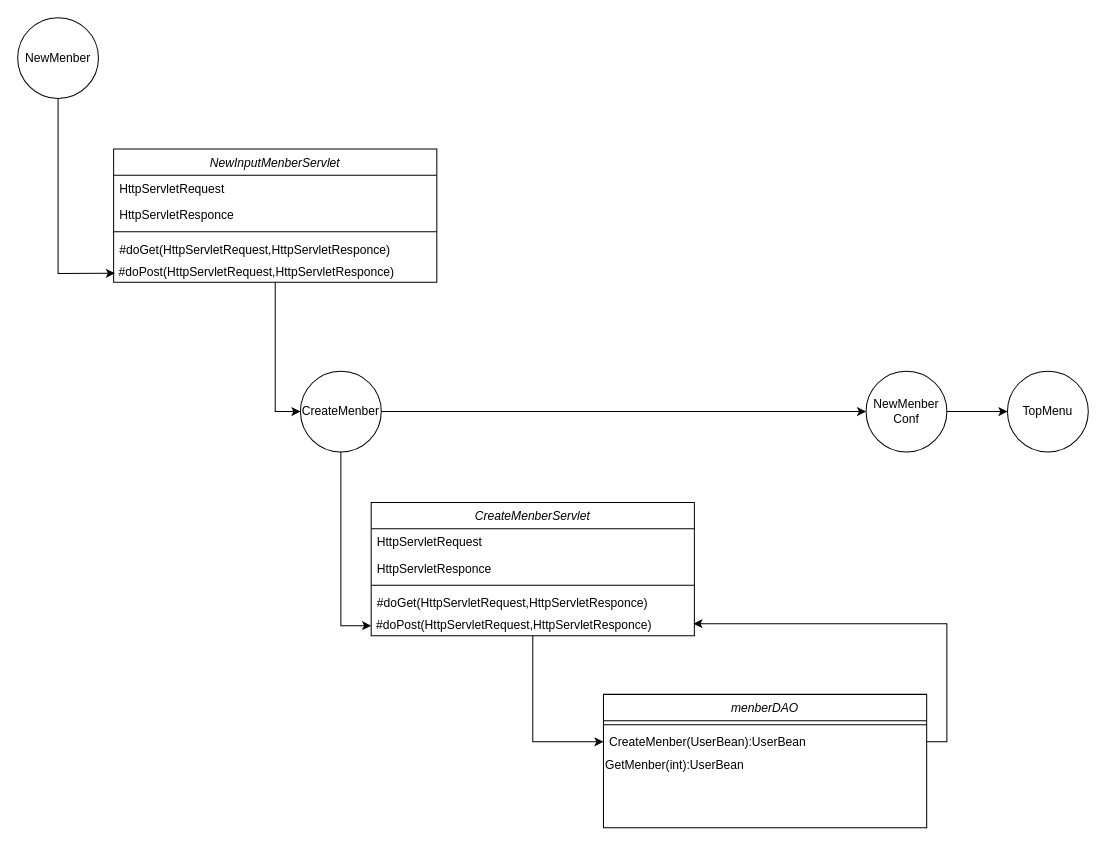
Above: page "NewMenber" (3 of 4) of path/内部設計/クラス図.drawio in 2022java42-student004/Library (draw.io), before the change. Source tidied: cells renumbered, new cells numbered last; positions are measured from the earlier drawing's top-left corner, leaving out a move shared by most shapes. Both pictures are drawn from the tidied source at 101%, with x=0, y=0 at pixel (17, 17).
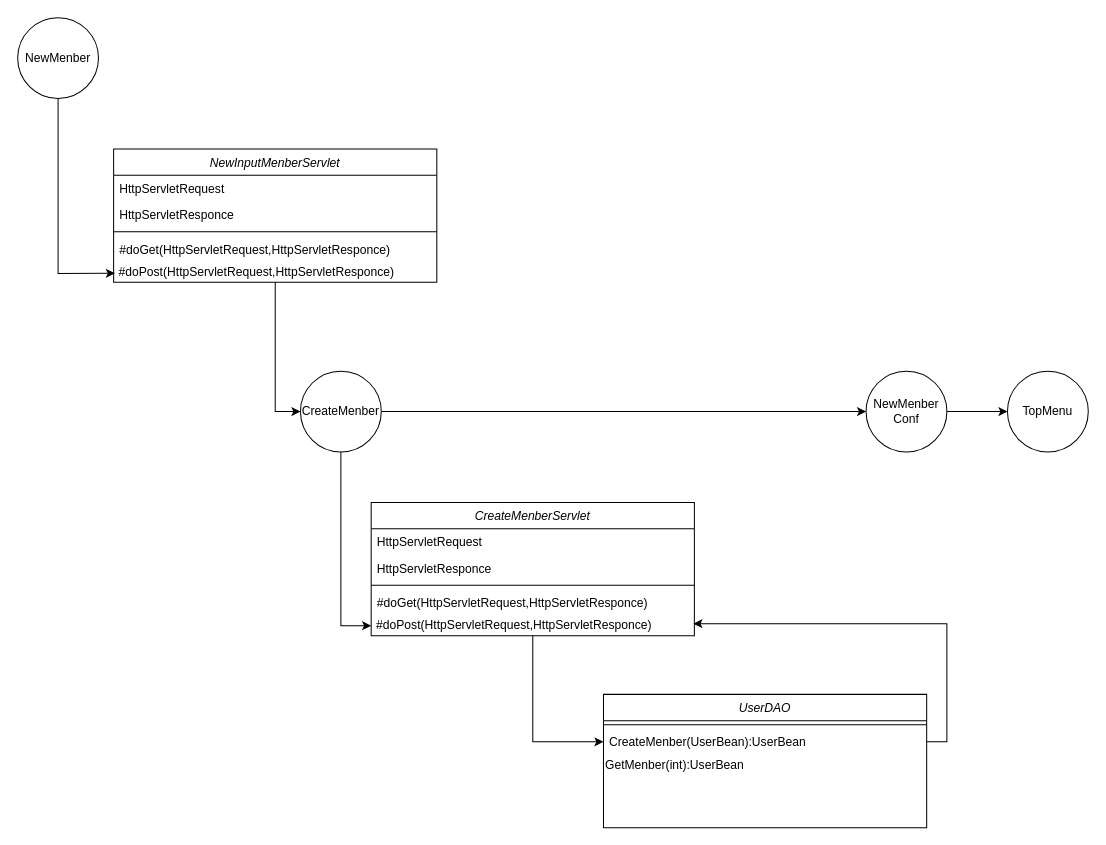
Above is the later version.

What changed in the source:
```diff
@@
-    <mxCell id="21" value="menberDAO" style="swimlane;fontStyle=2;align=center;verticalAlign=top;horizontal=1;startSize=26;rounded=0;shadow=0;strokeWidth=1;" parent="1" vertex="1">
+    <mxCell id="21" value="UserDAO" style="swimlane;fontStyle=2;align=center;verticalAlign=top;horizontal=1;startSize=26;rounded=0;shadow=0;strokeWidth=1;" parent="1" vertex="1">
       <mxGeometry x="580" y="670" width="320" height="132" as="geometry" />
     </mxCell>
```
